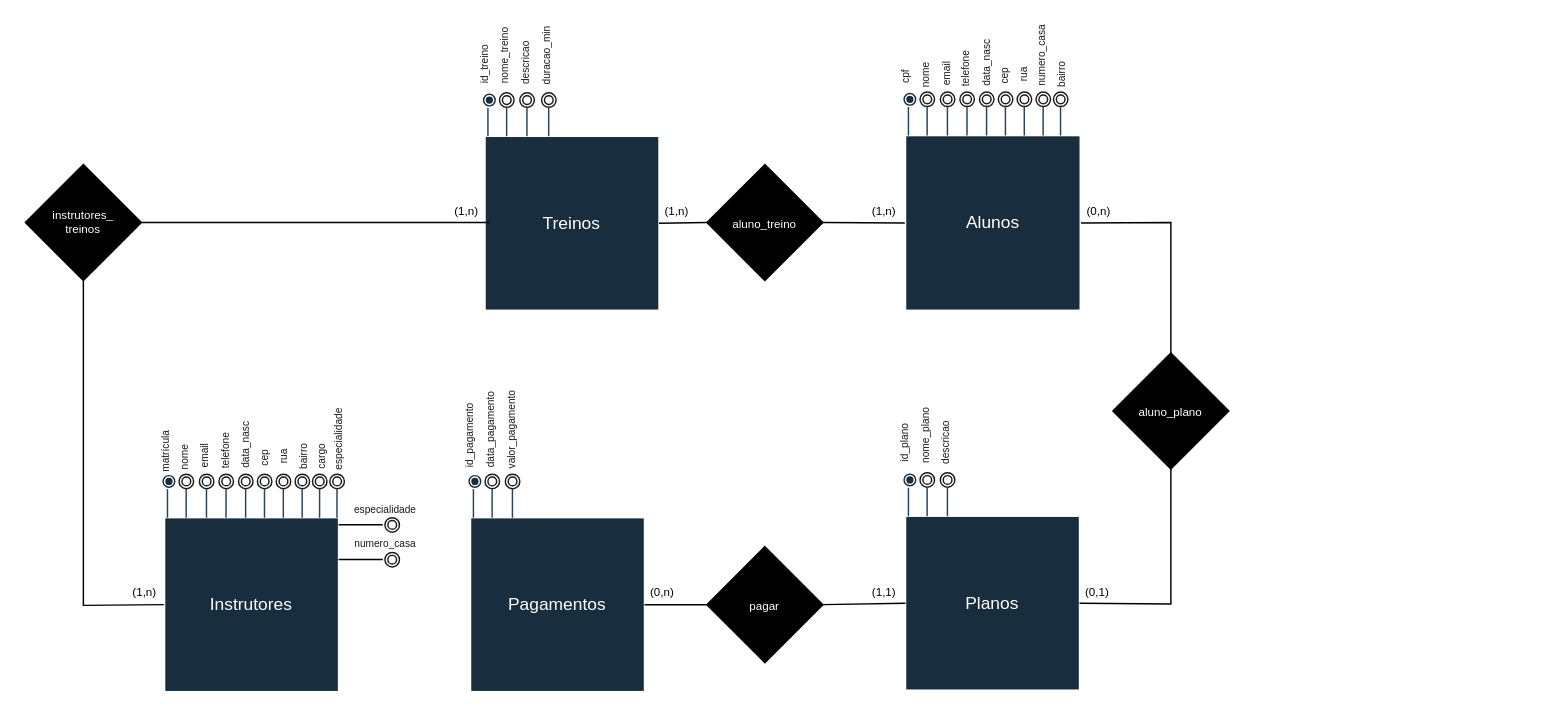
This is trabalho parte 1/modelo conceitual/academia.drawio from nicolasceccato/banco-de-dados2, a draw.io file, before an edit. Source tidied: cells renumbered, new cells numbered last; positions are measured from the earlier drawing's top-left corner, leaving out a move shared by most shapes. Both pictures are drawn from the tidied source at 145%, with x=0, y=0 at pixel (25, 36).
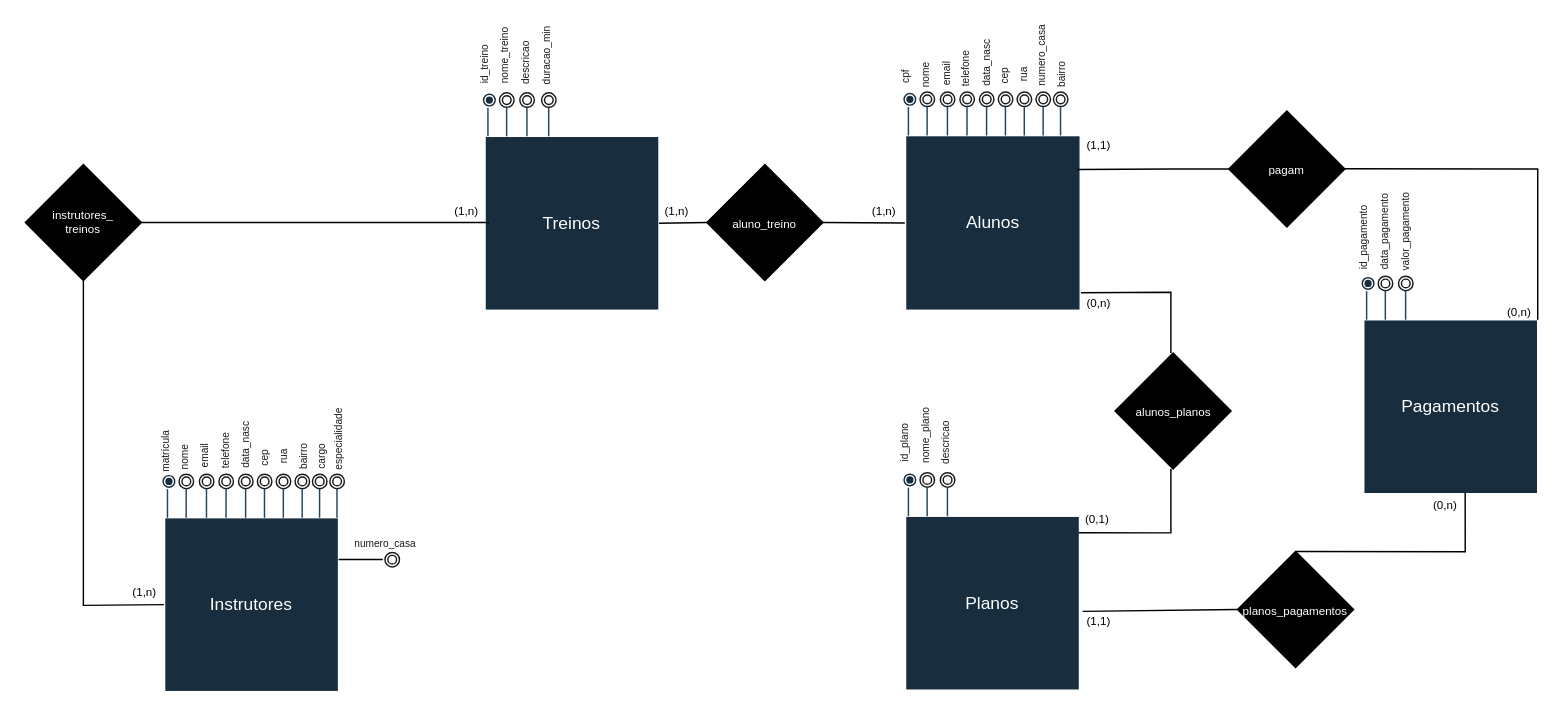
After the change.

Commit message (it also covers changes not shown here):
update(modelo conceitual) - atualizando relacoes

The change refers to these unchanged cells:
```xml
<mxCell id="3" value="Planos" style="whiteSpace=wrap;html=1;labelBackgroundColor=none;fillColor=#182E3E;strokeColor=#FFFFFF;fontColor=#FFFFFF;" parent="2" vertex="1">
  <mxGeometry x="7" y="69" width="120" height="120" as="geometry" />
</mxCell>
<mxCell id="14" value="Pagamentos" style="whiteSpace=wrap;html=1;labelBackgroundColor=none;fillColor=#182E3E;strokeColor=#FFFFFF;fontColor=#FFFFFF;" parent="13" vertex="1">
  <mxGeometry x="7" y="70" width="120" height="120" as="geometry" />
</mxCell>
<mxCell id="60" value="Alunos" style="whiteSpace=wrap;html=1;labelBackgroundColor=none;fillColor=#182E3E;strokeColor=#FFFFFF;fontColor=#FFFFFF;" parent="59" vertex="1">
  <mxGeometry x="7" y="59.5" width="120.5" height="120.5" as="geometry" />
</mxCell>
<mxCell id="89" style="group;" parent="88" vertex="1">
  <mxGeometry x="20" width="168" height="183.5" as="geometry" />
</mxCell>
```

Change to the diagram source:
```diff
@@
     <mxCell id="13" style="group;" parent="1" vertex="1">
-      <mxGeometry x="300" y="261.5" width="127" height="190" as="geometry" />
+      <mxGeometry x="916" y="125" width="127" height="190" as="geometry" />
     </mxCell>
@@
+    <mxCell id="130" value="(0,n)" style="text;html=1;strokeColor=none;fillColor=none;align=center;verticalAlign=middle;whiteSpace=wrap;rounded=0;fontSize=8;" parent="13" vertex="1">
+      <mxGeometry x="102" y="60" width="25" height="10" as="geometry" />
+    </mxCell>
@@
-    <mxCell id="41" value="&lt;font style=&quot;font-size: 8px;&quot;&gt;aluno_plano&lt;/font&gt;" style="rhombus;whiteSpace=wrap;html=1;fillColor=#000000;fontColor=#FFFFFF;" parent="1" vertex="1">
-      <mxGeometry x="750" y="218" width="80" height="80" as="geometry" />
-    </mxCell>
@@
-    <mxCell id="45" value="&lt;font style=&quot;font-size: 8px;&quot;&gt;pagar&lt;/font&gt;" style="rhombus;whiteSpace=wrap;html=1;fillColor=#000000;fontColor=#FFFFFF;" parent="1" vertex="1">
-      <mxGeometry x="470" y="351.5" width="80" height="80" as="geometry" />
+    <mxCell id="45" value="&lt;font style=&quot;font-size: 8px;&quot;&gt;planos_pagamentos&lt;br&gt;&lt;/font&gt;" style="rhombus;whiteSpace=wrap;html=1;fillColor=#000000;fontColor=#FFFFFF;" parent="1" vertex="1">
+      <mxGeometry x="836" y="354.8" width="80" height="80" as="geometry" />
     </mxCell>
-    <mxCell id="46" style="endArrow=none;html=1;rounded=0;exitX=1;exitY=0.5;exitDx=0;exitDy=0;entryX=0;entryY=0.5;entryDx=0;entryDy=0;" parent="1" edge="1" source="14" target="45">
-      <mxGeometry relative="1" as="geometry" />
+    <mxCell id="46" style="endArrow=none;html=1;rounded=0;entryX=0.5;entryY=0;entryDx=0;entryDy=0;exitX=0.583;exitY=0.996;exitDx=0;exitDy=0;exitPerimeter=0;" parent="1" edge="1" source="14" target="45">
+      <mxGeometry relative="1" as="geometry">
+        <Array as="points">
+          <mxPoint x="993" y="355" />
+        </Array>
+      </mxGeometry>
     </mxCell>
-    <mxCell id="47" style="endArrow=none;html=1;rounded=0;exitX=1;exitY=0.5;exitDx=0;exitDy=0;entryX=0;entryY=0.5;entryDx=0;entryDy=0;" parent="1" edge="1" source="45" target="3">
+    <mxCell id="47" style="endArrow=none;html=1;rounded=0;exitX=0;exitY=0.5;exitDx=0;exitDy=0;entryX=1.018;entryY=0.547;entryDx=0;entryDy=0;entryPerimeter=0;" parent="1" edge="1" source="45" target="3">
       <mxGeometry relative="1" as="geometry" />
     </mxCell>
@@
     <mxCell id="50" value="(0,n)" style="text;html=1;strokeColor=none;fillColor=none;align=center;verticalAlign=middle;whiteSpace=wrap;rounded=0;fontSize=8;" parent="1" vertex="1">
-      <mxGeometry x="427" y="378" width="25" height="10" as="geometry" />
+      <mxGeometry x="967" y="318" width="25" height="10" as="geometry" />
     </mxCell>
     <mxCell id="51" value="(1,1)" style="text;html=1;strokeColor=none;fillColor=none;align=center;verticalAlign=middle;whiteSpace=wrap;rounded=0;fontSize=8;" parent="1" vertex="1">
-      <mxGeometry x="580" y="378" width="25" height="10" as="geometry" />
+      <mxGeometry x="727.5" y="398" width="25" height="10" as="geometry" />
     </mxCell>
-    <mxCell id="52" style="endArrow=none;html=1;rounded=0;exitX=1;exitY=0.5;exitDx=0;exitDy=0;entryX=0.5;entryY=0;entryDx=0;entryDy=0;" parent="1" edge="1" source="60" target="41">
+    <mxCell id="52" style="endArrow=none;html=1;rounded=0;entryX=0.5;entryY=0;entryDx=0;entryDy=0;exitX=0.994;exitY=0.899;exitDx=0;exitDy=0;exitPerimeter=0;" parent="1" edge="1" source="60">
       <mxGeometry relative="1" as="geometry">
+        <mxPoint x="790" y="218" as="targetPoint" />
         <Array as="points">
-          <mxPoint x="790" y="128" />
+          <mxPoint x="790" y="176" />
         </Array>
       </mxGeometry>
     </mxCell>
-    <mxCell id="53" style="endArrow=none;html=1;rounded=0;exitX=0.5;exitY=1;exitDx=0;exitDy=0;entryX=1;entryY=0.5;entryDx=0;entryDy=0;" parent="1" edge="1" source="41" target="3">
+    <mxCell id="53" style="endArrow=none;html=1;rounded=0;exitX=0.5;exitY=1;exitDx=0;exitDy=0;entryX=0.995;entryY=0.095;entryDx=0;entryDy=0;entryPerimeter=0;" parent="1" edge="1" target="3">
       <mxGeometry relative="1" as="geometry">
+        <mxPoint x="790" y="298" as="sourcePoint" />
         <Array as="points">
-          <mxPoint x="790" y="391" />
+          <mxPoint x="790" y="342" />
         </Array>
       </mxGeometry>
     </mxCell>
@@
     <mxCell id="56" value="(0,1)" style="text;html=1;strokeColor=none;fillColor=none;align=center;verticalAlign=middle;whiteSpace=wrap;rounded=0;fontSize=8;" parent="1" vertex="1">
-      <mxGeometry x="726.5" y="378" width="25" height="10" as="geometry" />
+      <mxGeometry x="726.5" y="328" width="25" height="10" as="geometry" />
     </mxCell>
     <mxCell id="57" value="(0,n)" style="text;html=1;strokeColor=none;fillColor=none;align=center;verticalAlign=middle;whiteSpace=wrap;rounded=0;fontSize=8;" parent="1" vertex="1">
-      <mxGeometry x="727.5" y="115" width="25" height="10" as="geometry" />
+      <mxGeometry x="727.5" y="179" width="25" height="10" as="geometry" />
     </mxCell>
@@
-    <mxCell id="121" style="ellipse;shape=doubleEllipse;whiteSpace=wrap;html=1;strokeColor=#1A1A1A;fontColor=#FFFFFF;fillColor=none;horizontal=1;direction=west;flipH=1;flipV=1;" parent="89" vertex="1">
-      <mxGeometry x="158" y="63.5" width="10" height="10" as="geometry" />
-    </mxCell>
-    <mxCell id="122" value="&lt;font color=&quot;#1a1a1a&quot;&gt;&lt;span style=&quot;font-size: 7px;&quot;&gt;especialidade&lt;br&gt;&lt;/span&gt;&lt;br&gt;&lt;/font&gt;" style="text;html=1;strokeColor=none;fillColor=none;align=center;verticalAlign=middle;whiteSpace=wrap;rounded=0;fontColor=#FFFFFF;rotation=0;horizontal=1;" parent="89" vertex="1">
-      <mxGeometry x="149" y="63.5" width="19" as="geometry" />
-    </mxCell>
-    <mxCell id="123" style="endArrow=none;html=1;rounded=0;" parent="89" edge="1">
-      <mxGeometry relative="1" as="geometry">
-        <mxPoint x="126" y="68.4" as="sourcePoint" />
-        <mxPoint x="156.5" y="68.4" as="targetPoint" />
-      </mxGeometry>
-    </mxCell>
-    <mxCell id="124" style="edgeStyle=orthogonalEdgeStyle;rounded=0;orthogonalLoop=1;jettySize=auto;html=1;entryX=0.484;entryY=0;entryDx=0;entryDy=0;entryPerimeter=0;" parent="89" edge="1" source="122" target="122">
-      <mxGeometry relative="1" as="geometry" />
-    </mxCell>
@@
+    <mxCell id="131" value="&lt;font style=&quot;font-size: 8px;&quot;&gt;alunos_planos&lt;/font&gt;" style="rhombus;whiteSpace=wrap;html=1;fillColor=#000000;fontColor=#FFFFFF;" parent="1" vertex="1">
+      <mxGeometry x="751.5" y="218" width="80" height="80" as="geometry" />
+    </mxCell>
+    <mxCell id="132" style="endArrow=none;html=1;rounded=0;exitX=0.984;exitY=0.194;exitDx=0;exitDy=0;exitPerimeter=0;" parent="1" edge="1" source="60">
+      <mxGeometry relative="1" as="geometry">
+        <mxPoint x="830" y="91" as="targetPoint" />
+        <Array as="points">
+          <mxPoint x="790" y="91" />
+        </Array>
+      </mxGeometry>
+    </mxCell>
+    <mxCell id="133" style="endArrow=none;html=1;rounded=0;entryX=1;entryY=0;entryDx=0;entryDy=0;exitX=0.951;exitY=0.499;exitDx=0;exitDy=0;exitPerimeter=0;" parent="1" edge="1" source="135" target="14">
+      <mxGeometry relative="1" as="geometry">
+        <Array as="points">
+          <mxPoint x="1043" y="91" />
+        </Array>
+      </mxGeometry>
+    </mxCell>
+    <mxCell id="134" value="(1,1)" style="text;html=1;strokeColor=none;fillColor=none;align=center;verticalAlign=middle;whiteSpace=wrap;rounded=0;fontSize=8;" parent="1" vertex="1">
+      <mxGeometry x="727.5" y="70" width="25" height="10" as="geometry" />
+    </mxCell>
+    <mxCell id="135" value="&lt;font style=&quot;font-size: 8px;&quot;&gt;pagam&lt;/font&gt;" style="rhombus;whiteSpace=wrap;html=1;fillColor=#000000;fontColor=#FFFFFF;" parent="1" vertex="1">
+      <mxGeometry x="830" y="51" width="80" height="80" as="geometry" />
+    </mxCell>
```
